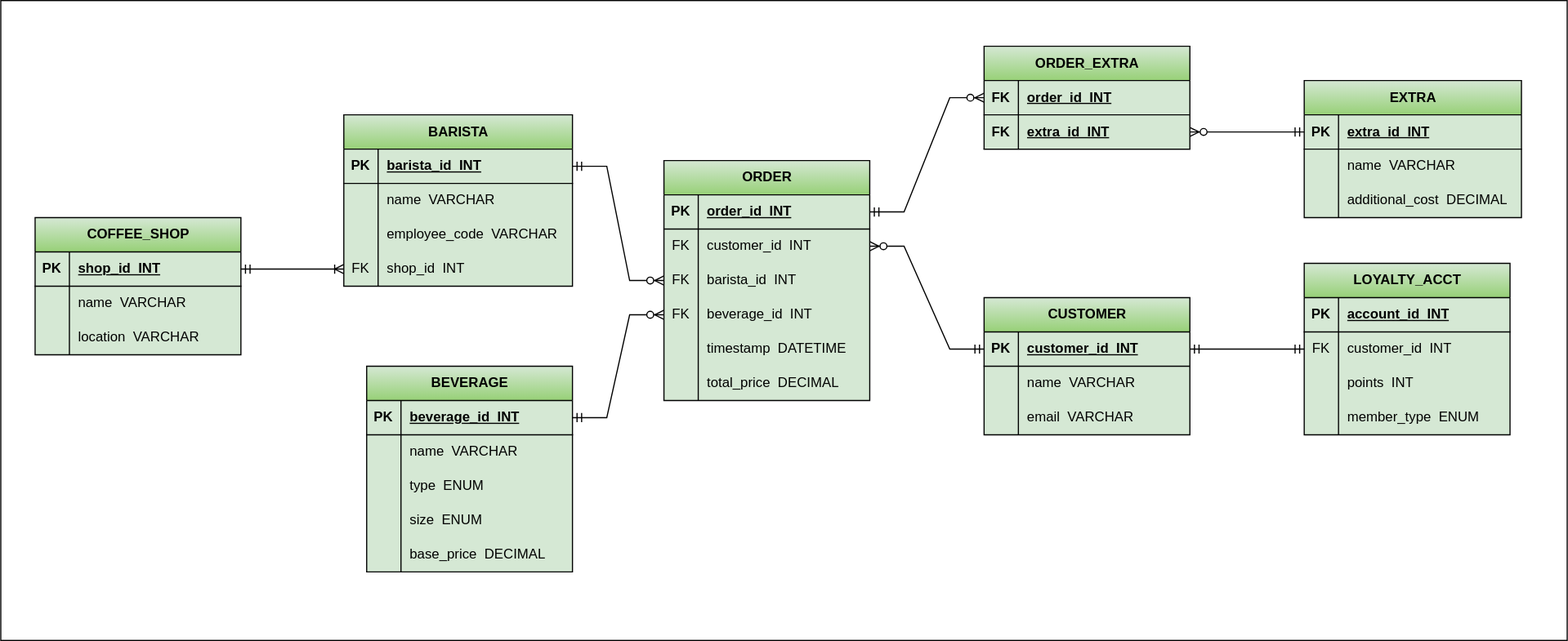
The draw.io diagram Problem1/ERDiagram.drawio.svg in Danamat07/tema-internship-siemens, before a commit. Source tidied: cells renumbered, new cells last; positions are measured from the earlier drawing's top-left corner, leaving out a move shared by most shapes.
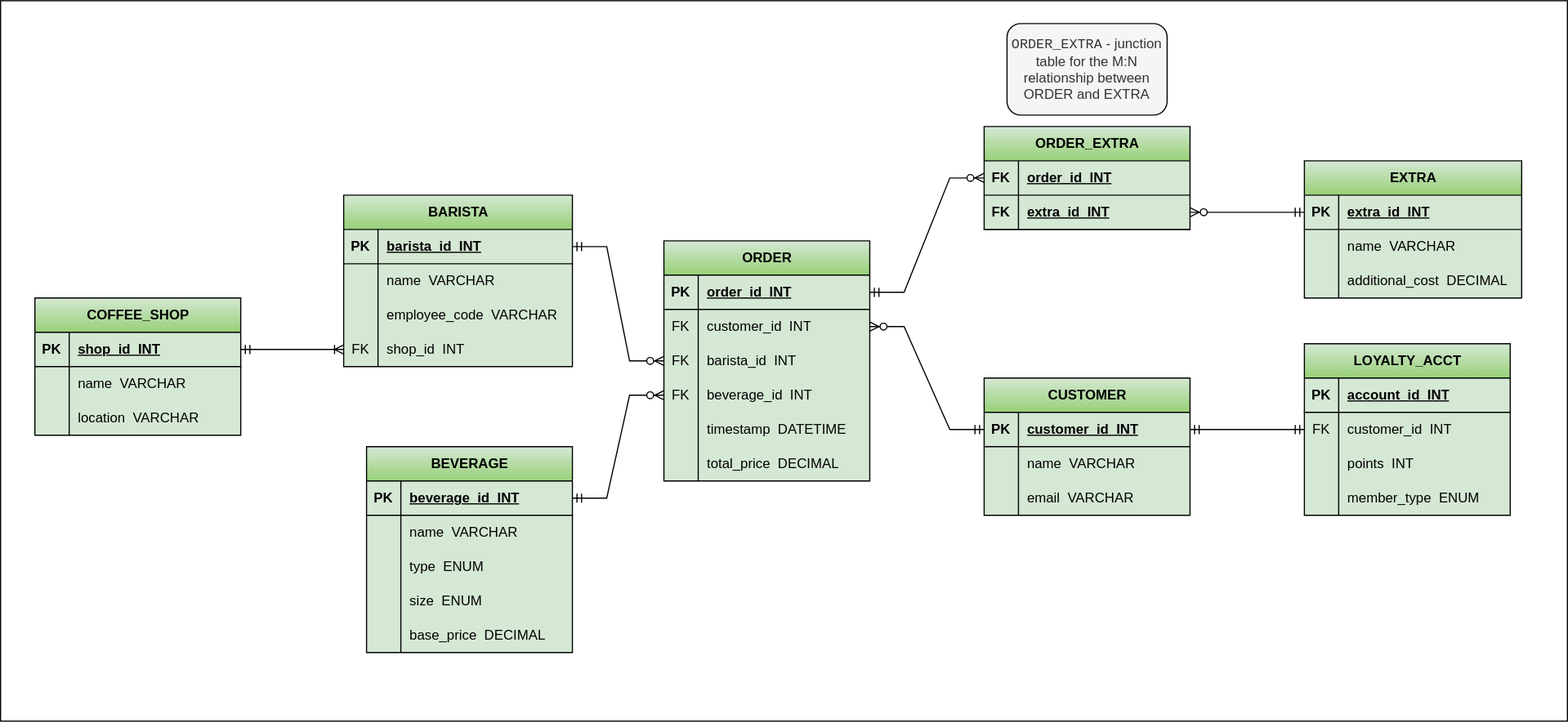
The same diagram one commit later.

The edit, as a diff of the source:
```diff
@@ -3,7 +3,7 @@
     <mxCell id="0" />
     <mxCell id="1" parent="0" />
     <mxCell id="2" style="rounded=0;whiteSpace=wrap;html=1;" parent="1" vertex="1">
-      <mxGeometry width="1370" height="560" as="geometry" />
+      <mxGeometry y="-70" width="1370" height="630" as="geometry" />
     </mxCell>
     <mxCell id="3" value="COFFEE_SHOP" style="shape=table;startSize=30;rowLines=0;fontStyle=1;align=center;html=1;fillColor=#d5e8d4;strokeColor=default;swimlaneFillColor=#D5E8D4;gradientColor=#97d077;" parent="1" vertex="1">
       <mxGeometry x="30" y="190" width="180" height="120" as="geometry" />
@@ -320,5 +320,8 @@
     <mxCell id="107" style="edgeStyle=entityRelationEdgeStyle;fontSize=12;html=1;endArrow=ERzeroToMany;startArrow=ERmandOne;rounded=0;exitX=0;exitY=0.5;exitDx=0;exitDy=0;entryX=1;entryY=0.5;entryDx=0;entryDy=0;" parent="1" edge="1" source="85" target="98">
       <mxGeometry relative="1" as="geometry" />
     </mxCell>
+    <mxCell id="108" value="&lt;code class=&quot;bg-text-200/5 border border-0.5 border-border-300 text-danger-000 whitespace-pre-wrap rounded-[0.4rem] px-1 py-px text-[0.9rem]&quot;&gt;ORDER_EXTRA&lt;/code&gt;&amp;nbsp;- junction table&amp;nbsp;for the M:N relationship between ORDER and EXTRA" style="rounded=1;whiteSpace=wrap;html=1;fillColor=#f5f5f5;fontColor=#333333;strokeColor=default;" parent="1" vertex="1">
+      <mxGeometry x="880" y="-50" width="140" height="80" as="geometry" />
+    </mxCell>
   </root>
 </mxGraphModel>
```
